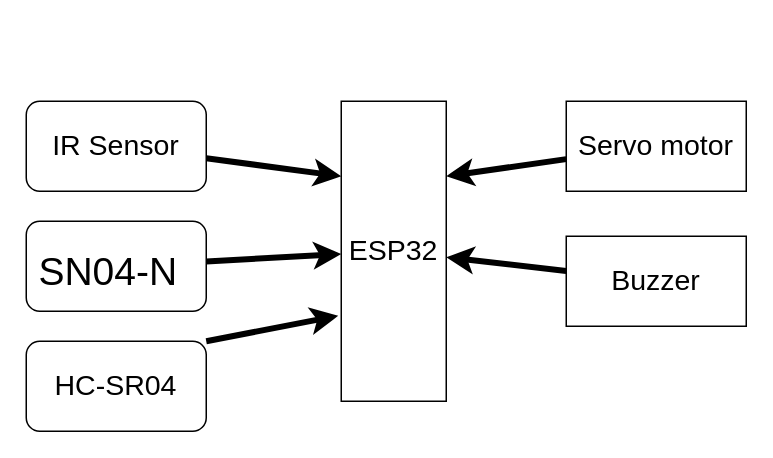
Before: block.dio in partha235/home_waste, a draw.io diagram. Source tidied: cells renumbered, new cells numbered last; positions are measured from the earlier drawing's top-left corner, leaving out a move shared by most shapes. Both pictures are drawn from the tidied source at 150%, with x=0, y=0 at pixel (26, 100).
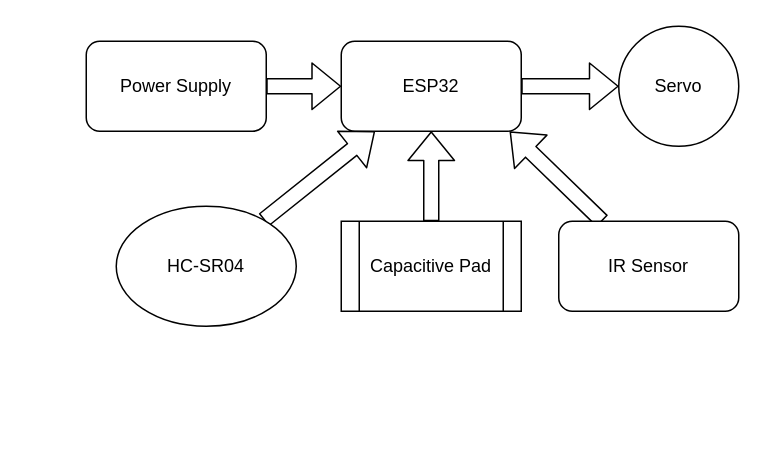
The same diagram, later.

Diff of the diagram source:
```diff
@@
 <mxGraphModel>
   <root>
     <mxCell id="0" />
     <mxCell id="1" parent="0" />
+    <mxCell id="14" style="edgeStyle=none;html=1;shape=flexArrow;fillColor=default;" parent="1" edge="1" source="13" target="2">
+      <mxGeometry relative="1" as="geometry" />
+    </mxCell>
+    <mxCell id="13" value="Power Supply" style="rounded=1;whiteSpace=wrap;html=1;" parent="1" vertex="1">
+      <mxGeometry x="40" y="-40" width="120" height="60" as="geometry" />
+    </mxCell>
+    <mxCell id="15" style="edgeStyle=none;shape=flexArrow;html=1;fillColor=default;" parent="1" edge="1" source="2" target="17">
+      <mxGeometry relative="1" as="geometry" />
+    </mxCell>
-    <mxCell id="2" value="&lt;font style=&quot;font-size: 19px;&quot;&gt;ESP32&lt;/font&gt;" style="rounded=0;whiteSpace=wrap;html=1;" parent="1" vertex="1">
-      <mxGeometry x="210" width="70" height="200" as="geometry" />
+    <mxCell id="2" value="ESP32" style="rounded=1;whiteSpace=wrap;html=1;" parent="1" vertex="1">
+      <mxGeometry x="210" y="-40" width="120" height="60" as="geometry" />
     </mxCell>
+    <mxCell id="16" style="edgeStyle=none;shape=flexArrow;html=1;fillColor=default;" parent="1" edge="1" source="12" target="2">
+      <mxGeometry relative="1" as="geometry" />
+    </mxCell>
+    <mxCell id="12" value="HC-SR04" style="ellipse;whiteSpace=wrap;html=1;" parent="1" vertex="1">
+      <mxGeometry x="60" y="70" width="120" height="80" as="geometry" />
+    </mxCell>
+    <mxCell id="17" value="Servo" style="ellipse;whiteSpace=wrap;html=1;" parent="1" vertex="1">
+      <mxGeometry x="395" y="-50" width="80" height="80" as="geometry" />
+    </mxCell>
+    <mxCell id="18" style="edgeStyle=none;shape=flexArrow;html=1;fillColor=default;" parent="1" edge="1" source="19" target="2">
+      <mxGeometry relative="1" as="geometry" />
+    </mxCell>
+    <mxCell id="19" value="Capacitive Pad" style="shape=process;whiteSpace=wrap;html=1;backgroundOutline=1;" parent="1" vertex="1">
+      <mxGeometry x="210" y="80" width="120" height="60" as="geometry" />
+    </mxCell>
-    <mxCell id="3" style="edgeStyle=none;html=1;fontSize=19;entryX=0;entryY=0.25;entryDx=0;entryDy=0;strokeWidth=4;" parent="1" edge="1" source="4" target="2">
+    <mxCell id="3" style="edgeStyle=none;shape=flexArrow;html=1;entryX=0.936;entryY=1.002;entryDx=0;entryDy=0;entryPerimeter=0;fillColor=default;" parent="1" edge="1" source="4" target="2">
       <mxGeometry relative="1" as="geometry" />
     </mxCell>
-    <mxCell id="4" value="IR Sensor" style="rounded=1;whiteSpace=wrap;html=1;fontSize=19;" parent="1" vertex="1">
-      <mxGeometry width="120" height="60" as="geometry" />
+    <mxCell id="4" value="IR Sensor" style="rounded=1;whiteSpace=wrap;html=1;" parent="1" vertex="1">
+      <mxGeometry x="355" y="80" width="120" height="60" as="geometry" />
     </mxCell>
-    <mxCell id="5" style="edgeStyle=none;html=1;strokeWidth=4;fontSize=19;" parent="1" edge="1" source="6" target="2">
-      <mxGeometry relative="1" as="geometry" />
-    </mxCell>
-    <mxCell id="6" value="&lt;h1 style=&quot;&quot; class=&quot;product_title entry-title wd-entities-title&quot;&gt;&lt;span style=&quot;font-weight: normal;&quot;&gt;&lt;font style=&quot;font-size: 26px;&quot;&gt;SN04-N&lt;/font&gt;&lt;span style=&quot;font-size: 37px;&quot;&gt;&amp;nbsp;&lt;/span&gt;&lt;/span&gt;&lt;/h1&gt;" style="rounded=1;whiteSpace=wrap;html=1;fontSize=19;" parent="1" vertex="1">
-      <mxGeometry y="80" width="120" height="60" as="geometry" />
-    </mxCell>
-    <mxCell id="7" style="edgeStyle=none;html=1;strokeWidth=4;fontSize=19;" parent="1" edge="1" source="8" target="2">
-      <mxGeometry relative="1" as="geometry">
-        <Array as="points">
-          <mxPoint x="280" y="50" />
-        </Array>
-      </mxGeometry>
-    </mxCell>
-    <mxCell id="8" value="Servo motor" style="rounded=0;whiteSpace=wrap;html=1;fontSize=19;" parent="1" vertex="1">
-      <mxGeometry x="360" width="120" height="60" as="geometry" />
-    </mxCell>
-    <mxCell id="9" style="edgeStyle=none;html=1;strokeWidth=4;fontSize=19;" parent="1" edge="1" source="10" target="2">
-      <mxGeometry relative="1" as="geometry" />
-    </mxCell>
-    <mxCell id="10" value="Buzzer" style="rounded=0;whiteSpace=wrap;html=1;fontSize=19;" parent="1" vertex="1">
-      <mxGeometry x="360" y="90" width="120" height="60" as="geometry" />
-    </mxCell>
-    <mxCell id="11" style="edgeStyle=none;html=1;fontSize=26;strokeColor=none;strokeWidth=12;fillColor=#FFFFFF;endArrow=classic;endFill=1;" parent="1" edge="1" target="2">
-      <mxGeometry relative="1" as="geometry">
-        <mxPoint x="120" y="161" as="sourcePoint" />
-      </mxGeometry>
-    </mxCell>
-    <mxCell id="12" value="HC-SR04" style="rounded=1;whiteSpace=wrap;html=1;fontSize=19;" parent="1" vertex="1">
-      <mxGeometry y="160" width="120" height="60" as="geometry" />
-    </mxCell>
-    <mxCell id="13" style="edgeStyle=none;html=1;strokeWidth=4;fontSize=19;exitX=1;exitY=0;exitDx=0;exitDy=0;entryX=-0.029;entryY=0.715;entryDx=0;entryDy=0;entryPerimeter=0;" parent="1" edge="1" source="12" target="2">
-      <mxGeometry relative="1" as="geometry" />
-    </mxCell>
   </root>
 </mxGraphModel>
```
